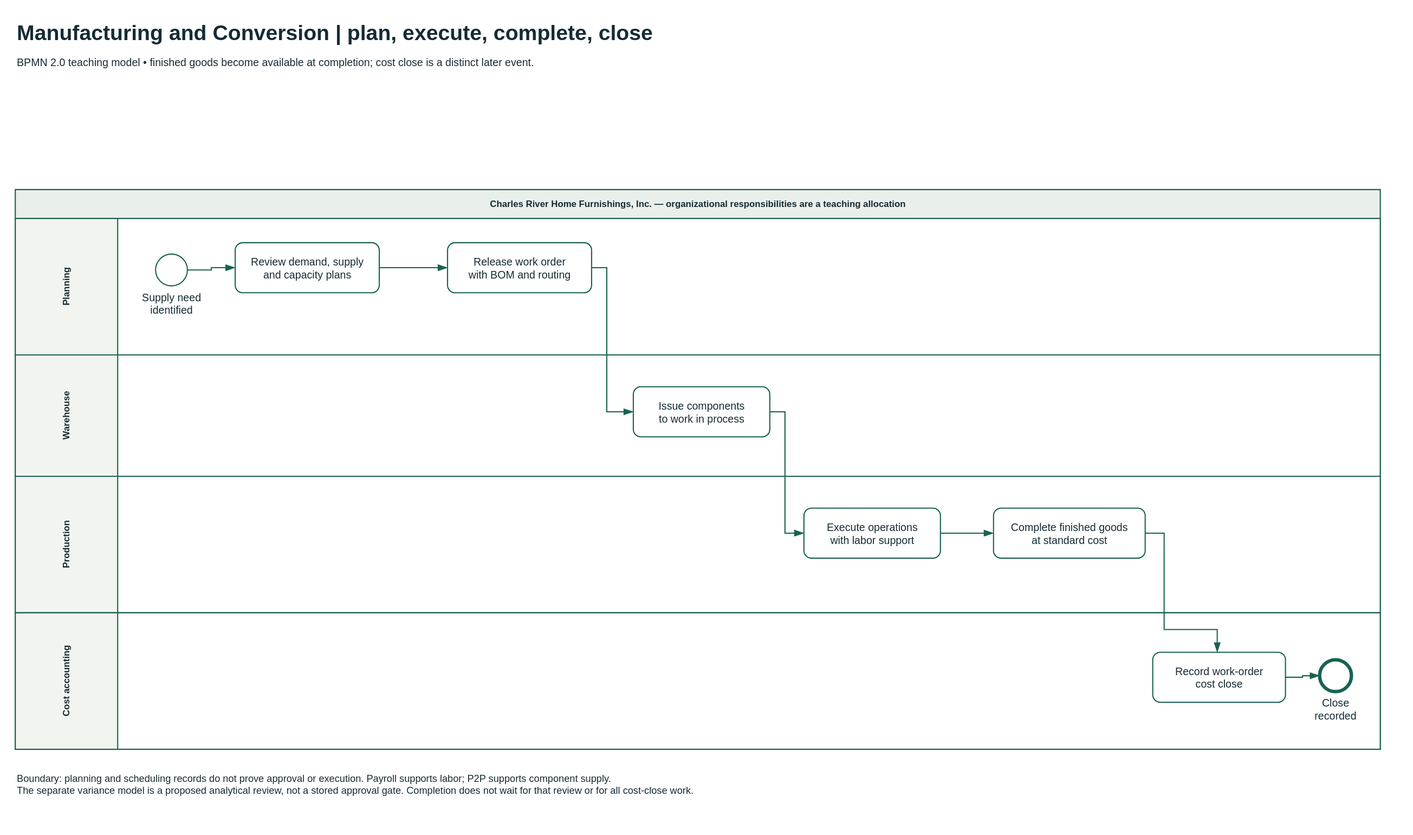
mmcodesso/CharlesRiver_Database keeps this draw.io diagram as static/diagrams/bpmn/manufacturing-conversion.svg. Above is the earlier version. Source tidied: cells renumbered, new cells last; positions are measured from the earlier drawing's top-left corner, leaving out a move shared by most shapes.
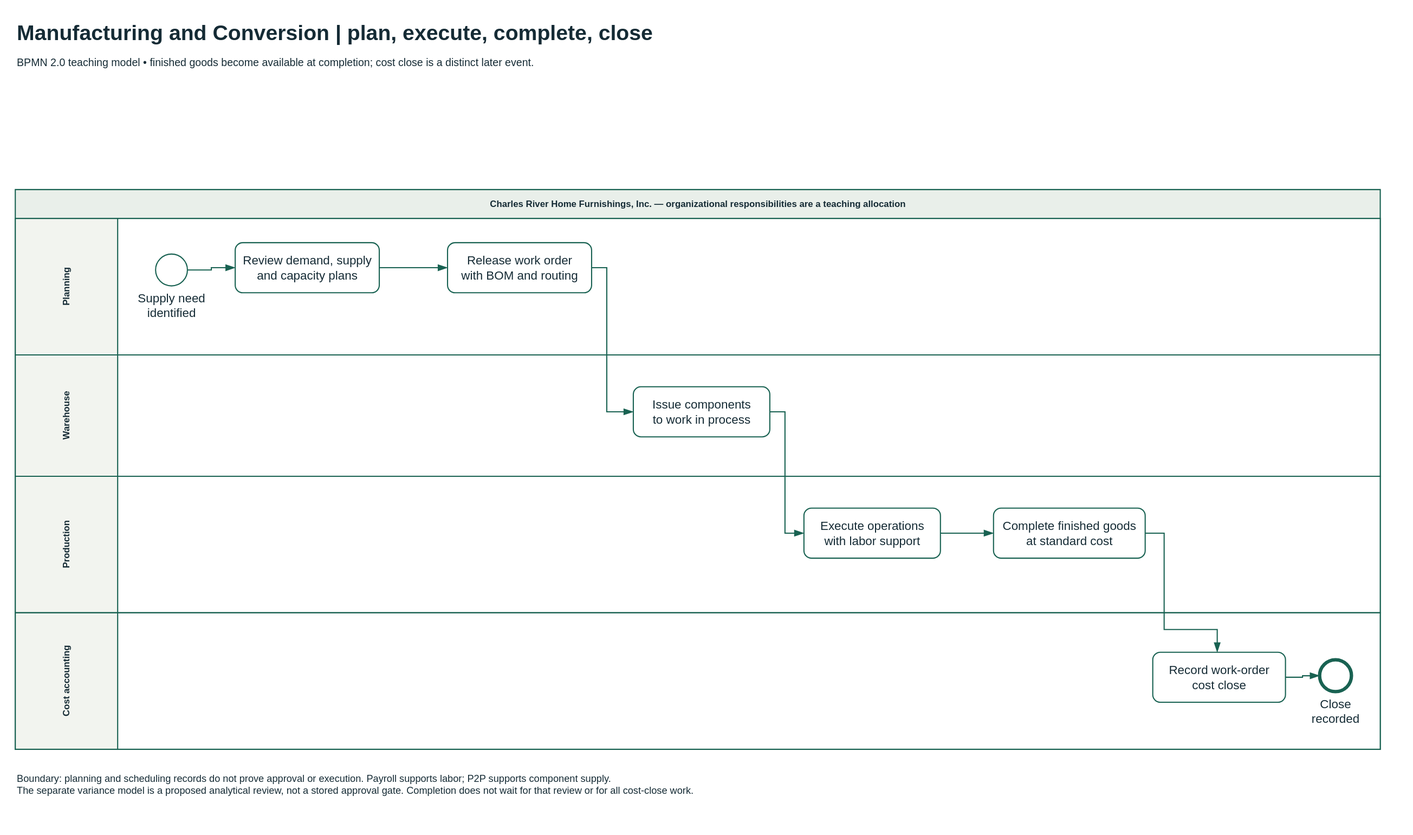
The same diagram one commit later.

Diff of the diagram source:
```diff
@@ -14,37 +14,37 @@
     <mxCell id="5" value="Planning" style="html=0;fontFamily=Arial;fontSize=14;fontColor=#152b35;strokeColor=#196252;strokeWidth=1.5;fillColor=#FFFFFF;whiteSpace=wrap;swimlane;horizontal=0;startSize=135;fontStyle=1;fillColor=#F2F4EF;swimlaneFillColor=#FFFFFF;" parent="4" vertex="1">
       <mxGeometry y="38" width="1800" height="180" as="geometry" />
     </mxCell>
-    <mxCell id="6" value="Supply need&#10;identified" style="html=0;fontFamily=Arial;fontSize=14;fontColor=#152b35;strokeColor=#196252;strokeWidth=1.5;fillColor=#FFFFFF;whiteSpace=wrap;shape=mxgraph.bpmn.event;outline=standard;symbol=general;perimeter=ellipsePerimeter;verticalLabelPosition=bottom;verticalAlign=top;labelBackgroundColor=#FFFFFF;labelWidth=140;" parent="5" vertex="1">
+    <mxCell id="6" value="Supply need&#10;identified" style="html=0;fontFamily=Arial;fontColor=#152b35;strokeColor=#196252;strokeWidth=1.5;fillColor=#FFFFFF;whiteSpace=wrap;shape=mxgraph.bpmn.event;outline=standard;symbol=general;perimeter=ellipsePerimeter;verticalLabelPosition=bottom;verticalAlign=top;labelBackgroundColor=#FFFFFF;labelWidth=140;fontSize=16;" parent="5" vertex="1">
       <mxGeometry x="185" y="47" width="42" height="42" as="geometry" />
     </mxCell>
-    <mxCell id="7" value="Review demand, supply&#10;and capacity plans" style="html=0;fontFamily=Arial;fontSize=14;fontColor=#152b35;strokeColor=#196252;strokeWidth=1.5;fillColor=#FFFFFF;whiteSpace=wrap;shape=mxgraph.bpmn.task2;rectStyle=rounded;size=10;taskMarker=abstract;" parent="5" vertex="1">
+    <mxCell id="7" value="Review demand, supply&#10;and capacity plans" style="html=0;fontFamily=Arial;fontColor=#152b35;strokeColor=#196252;strokeWidth=1.5;fillColor=#FFFFFF;whiteSpace=wrap;shape=mxgraph.bpmn.task2;rectStyle=rounded;size=10;taskMarker=abstract;fontSize=16;" parent="5" vertex="1">
       <mxGeometry x="290" y="32" width="190" height="66" as="geometry" />
     </mxCell>
-    <mxCell id="8" value="Release work order&#10;with BOM and routing" style="html=0;fontFamily=Arial;fontSize=14;fontColor=#152b35;strokeColor=#196252;strokeWidth=1.5;fillColor=#FFFFFF;whiteSpace=wrap;shape=mxgraph.bpmn.task2;rectStyle=rounded;size=10;taskMarker=abstract;" parent="5" vertex="1">
+    <mxCell id="8" value="Release work order&#10;with BOM and routing" style="html=0;fontFamily=Arial;fontColor=#152b35;strokeColor=#196252;strokeWidth=1.5;fillColor=#FFFFFF;whiteSpace=wrap;shape=mxgraph.bpmn.task2;rectStyle=rounded;size=10;taskMarker=abstract;fontSize=16;" parent="5" vertex="1">
       <mxGeometry x="570" y="32" width="190" height="66" as="geometry" />
     </mxCell>
     <mxCell id="9" value="Warehouse" style="html=0;fontFamily=Arial;fontSize=14;fontColor=#152b35;strokeColor=#196252;strokeWidth=1.5;fillColor=#FFFFFF;whiteSpace=wrap;swimlane;horizontal=0;startSize=135;fontStyle=1;fillColor=#F2F4EF;swimlaneFillColor=#FFFFFF;" parent="4" vertex="1">
       <mxGeometry y="218" width="1800" height="160" as="geometry" />
     </mxCell>
-    <mxCell id="10" value="Issue components&#10;to work in process" style="html=0;fontFamily=Arial;fontSize=14;fontColor=#152b35;strokeColor=#196252;strokeWidth=1.5;fillColor=#FFFFFF;whiteSpace=wrap;shape=mxgraph.bpmn.task2;rectStyle=rounded;size=10;taskMarker=abstract;" parent="9" vertex="1">
+    <mxCell id="10" value="Issue components&#10;to work in process" style="html=0;fontFamily=Arial;fontColor=#152b35;strokeColor=#196252;strokeWidth=1.5;fillColor=#FFFFFF;whiteSpace=wrap;shape=mxgraph.bpmn.task2;rectStyle=rounded;size=10;taskMarker=abstract;fontSize=16;" parent="9" vertex="1">
       <mxGeometry x="815" y="42" width="180" height="66" as="geometry" />
     </mxCell>
     <mxCell id="11" value="Production" style="html=0;fontFamily=Arial;fontSize=14;fontColor=#152b35;strokeColor=#196252;strokeWidth=1.5;fillColor=#FFFFFF;whiteSpace=wrap;swimlane;horizontal=0;startSize=135;fontStyle=1;fillColor=#F2F4EF;swimlaneFillColor=#FFFFFF;" parent="4" vertex="1">
       <mxGeometry y="378" width="1800" height="180" as="geometry" />
     </mxCell>
-    <mxCell id="12" value="Execute operations&#10;with labor support" style="html=0;fontFamily=Arial;fontSize=14;fontColor=#152b35;strokeColor=#196252;strokeWidth=1.5;fillColor=#FFFFFF;whiteSpace=wrap;shape=mxgraph.bpmn.task2;rectStyle=rounded;size=10;taskMarker=abstract;" parent="11" vertex="1">
+    <mxCell id="12" value="Execute operations&#10;with labor support" style="html=0;fontFamily=Arial;fontColor=#152b35;strokeColor=#196252;strokeWidth=1.5;fillColor=#FFFFFF;whiteSpace=wrap;shape=mxgraph.bpmn.task2;rectStyle=rounded;size=10;taskMarker=abstract;fontSize=16;" parent="11" vertex="1">
       <mxGeometry x="1040" y="42" width="180" height="66" as="geometry" />
     </mxCell>
-    <mxCell id="13" value="Complete finished goods&#10;at standard cost" style="html=0;fontFamily=Arial;fontSize=14;fontColor=#152b35;strokeColor=#196252;strokeWidth=1.5;fillColor=#FFFFFF;whiteSpace=wrap;shape=mxgraph.bpmn.task2;rectStyle=rounded;size=10;taskMarker=abstract;" parent="11" vertex="1">
+    <mxCell id="13" value="Complete finished goods&#10;at standard cost" style="html=0;fontFamily=Arial;fontColor=#152b35;strokeColor=#196252;strokeWidth=1.5;fillColor=#FFFFFF;whiteSpace=wrap;shape=mxgraph.bpmn.task2;rectStyle=rounded;size=10;taskMarker=abstract;fontSize=16;" parent="11" vertex="1">
       <mxGeometry x="1290" y="42" width="200" height="66" as="geometry" />
     </mxCell>
     <mxCell id="14" value="Cost accounting" style="html=0;fontFamily=Arial;fontSize=14;fontColor=#152b35;strokeColor=#196252;strokeWidth=1.5;fillColor=#FFFFFF;whiteSpace=wrap;swimlane;horizontal=0;startSize=135;fontStyle=1;fillColor=#F2F4EF;swimlaneFillColor=#FFFFFF;" parent="4" vertex="1">
       <mxGeometry y="558" width="1800" height="180" as="geometry" />
     </mxCell>
-    <mxCell id="15" value="Record work-order&#10;cost close" style="html=0;fontFamily=Arial;fontSize=14;fontColor=#152b35;strokeColor=#196252;strokeWidth=1.5;fillColor=#FFFFFF;whiteSpace=wrap;shape=mxgraph.bpmn.task2;rectStyle=rounded;size=10;taskMarker=abstract;" parent="14" vertex="1">
+    <mxCell id="15" value="Record work-order&#10;cost close" style="html=0;fontFamily=Arial;fontColor=#152b35;strokeColor=#196252;strokeWidth=1.5;fillColor=#FFFFFF;whiteSpace=wrap;shape=mxgraph.bpmn.task2;rectStyle=rounded;size=10;taskMarker=abstract;fontSize=16;" parent="14" vertex="1">
       <mxGeometry x="1500" y="52" width="175" height="66" as="geometry" />
     </mxCell>
-    <mxCell id="16" value="Close&#10;recorded" style="html=0;fontFamily=Arial;fontSize=14;fontColor=#152b35;strokeColor=#196252;strokeWidth=1.5;fillColor=#FFFFFF;whiteSpace=wrap;shape=mxgraph.bpmn.event;outline=end;symbol=general;perimeter=ellipsePerimeter;verticalLabelPosition=bottom;verticalAlign=top;labelBackgroundColor=#FFFFFF;labelWidth=140;" parent="14" vertex="1">
+    <mxCell id="16" value="Close&#10;recorded" style="html=0;fontFamily=Arial;fontColor=#152b35;strokeColor=#196252;strokeWidth=1.5;fillColor=#FFFFFF;whiteSpace=wrap;shape=mxgraph.bpmn.event;outline=end;symbol=general;perimeter=ellipsePerimeter;verticalLabelPosition=bottom;verticalAlign=top;labelBackgroundColor=#FFFFFF;labelWidth=140;fontSize=16;" parent="14" vertex="1">
       <mxGeometry x="1720" y="62" width="42" height="42" as="geometry" />
     </mxCell>
     <mxCell id="17" style="html=0;fontFamily=Arial;fontSize=14;fontColor=#152b35;strokeColor=#196252;strokeWidth=1.5;fillColor=#FFFFFF;whiteSpace=wrap;edgeStyle=orthogonalEdgeStyle;rounded=0;jettySize=15;fontSize=12;labelBackgroundColor=#FFFFFF;startArrow=none;endArrow=blockThin;endFill=1;endSize=9;" parent="1" edge="1" source="6" target="7">
```
